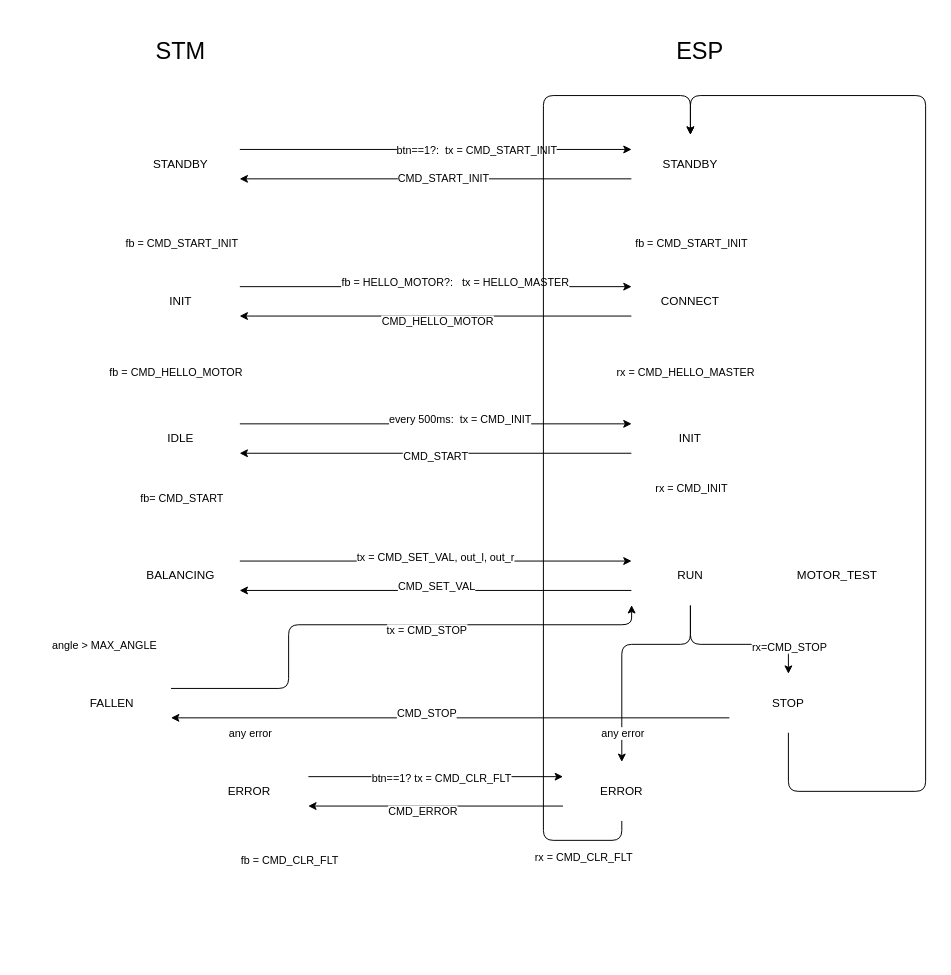
Before: resources/communication_state_machine_diagram.drawio in GrzegorzGrudzinski/BalancingRobot-Main-Controller, a draw.io diagram. Source tidied: cells renumbered, new cells numbered last; positions are measured from the earlier drawing's top-left corner, leaving out a move shared by most shapes. Both pictures are drawn from the tidied source at 98%, with x=0, y=0 at pixel (24, 36).
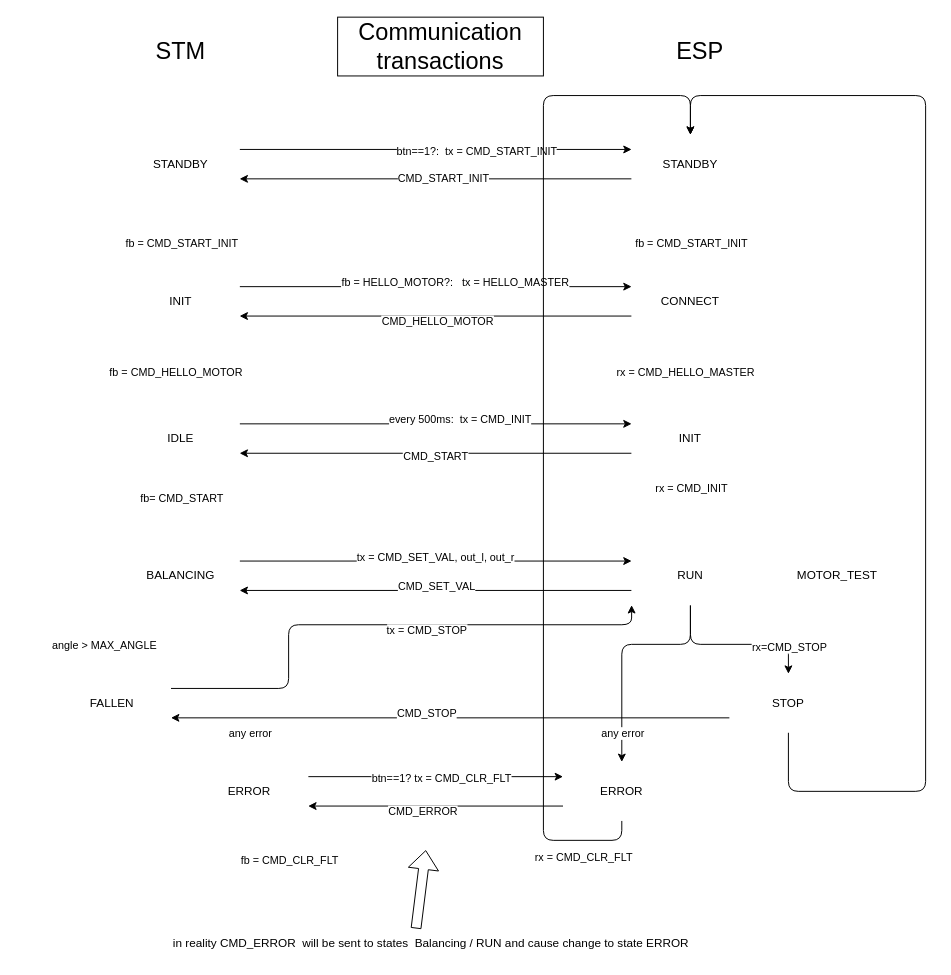
The same diagram, later.

Commit message (it also covers changes not shown here):
Update architecture and communication diagrams

The edit, as a diff of the source:
```diff
@@
+    <mxCell id="68" value="&lt;font style=&quot;font-size: 24px;&quot;&gt;Communication transactions&lt;/font&gt;" style="text;html=1;align=center;verticalAlign=middle;whiteSpace=wrap;rounded=0;strokeColor=light-dark(#000000,#99FF99);" parent="1" vertex="1">
+      <mxGeometry x="320" y="-20" width="210" height="60" as="geometry" />
+    </mxCell>
+    <mxCell id="69" style="shape=flexArrow;endArrow=classic;html=1;" parent="1" edge="1">
+      <mxGeometry relative="1" as="geometry">
+        <mxPoint x="400" y="910" as="sourcePoint" />
+        <mxPoint x="410" y="830" as="targetPoint" />
+      </mxGeometry>
+    </mxCell>
+    <mxCell id="70" value="in reality CMD_ERROR&amp;nbsp; will be sent to states&amp;nbsp; Balancing / RUN and cause change to state ERROR" style="text;html=1;align=center;verticalAlign=middle;strokeColor=none;fillColor=none;" parent="1" vertex="1">
+      <mxGeometry x="140" y="910" width="550" height="30" as="geometry" />
+    </mxCell>
```
